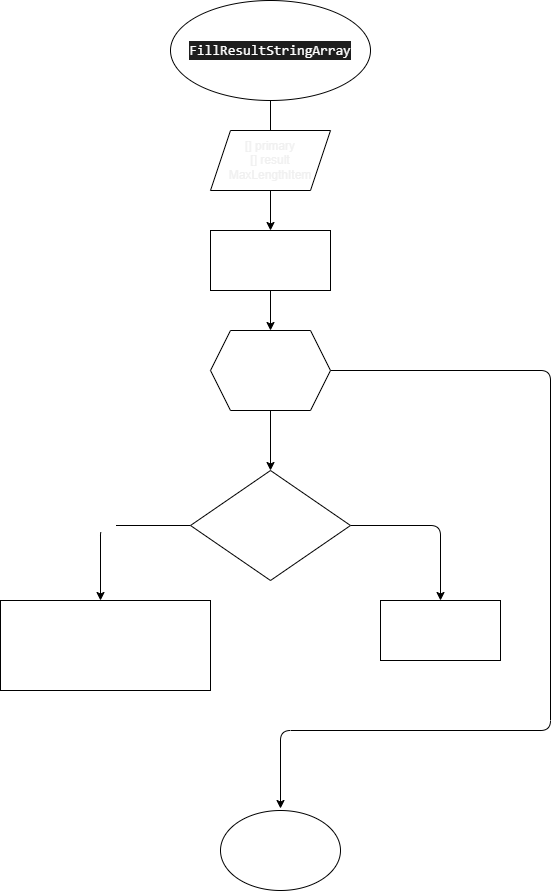
The draw.io diagram diagram.drawio.png in Rodri3834/Final_1quarter, before a commit. Source tidied: cells renumbered, new cells last; positions are measured from the earlier drawing's top-left corner, leaving out a move shared by most shapes. Source of this version:
```xml
<mxGraphModel>
  <root>
    <mxCell id="0" />
    <mxCell id="1" parent="0" />
    <mxCell id="2" style="edgeStyle=none;html=1;fontColor=#FFFFFF;" parent="1" edge="1" source="3">
      <mxGeometry relative="1" as="geometry">
        <mxPoint x="270" y="160" as="targetPoint" />
      </mxGeometry>
    </mxCell>
    <mxCell id="3" value="&lt;div style=&quot;background-color: rgb(30 , 30 , 30) ; font-family: &amp;#34;consolas&amp;#34; , &amp;#34;courier new&amp;#34; , monospace ; font-size: 14px ; line-height: 19px&quot;&gt;&lt;font color=&quot;#ffffff&quot;&gt;FillResultStringArray&lt;/font&gt;&lt;/div&gt;" style="ellipse;whiteSpace=wrap;html=1;" parent="1" vertex="1">
      <mxGeometry x="170" width="200" height="100" as="geometry" />
    </mxCell>
    <mxCell id="4" style="edgeStyle=none;html=1;fontColor=#FFFFFF;" parent="1" edge="1" source="5" target="7">
      <mxGeometry relative="1" as="geometry" />
    </mxCell>
    <mxCell id="5" value="&lt;span style=&quot;color: rgb(240 , 240 , 240)&quot;&gt;[] primary&lt;/span&gt;&lt;br style=&quot;color: rgb(240 , 240 , 240)&quot;&gt;&lt;span style=&quot;color: rgb(240 , 240 , 240)&quot;&gt;[] result&lt;/span&gt;&lt;br style=&quot;color: rgb(240 , 240 , 240)&quot;&gt;&lt;span style=&quot;color: rgb(240 , 240 , 240)&quot;&gt;MaxLengthItem&lt;/span&gt;" style="shape=parallelogram;perimeter=parallelogramPerimeter;whiteSpace=wrap;html=1;fixedSize=1;fontColor=#FFFFFF;" parent="1" vertex="1">
      <mxGeometry x="210" y="130" width="120" height="60" as="geometry" />
    </mxCell>
    <mxCell id="6" style="edgeStyle=none;html=1;fontColor=#FFFFFF;" parent="1" edge="1" source="7">
      <mxGeometry relative="1" as="geometry">
        <mxPoint x="270" y="330" as="targetPoint" />
      </mxGeometry>
    </mxCell>
    <mxCell id="7" value="size = primary.Length&lt;br&gt;countItem = 0" style="whiteSpace=wrap;html=1;fontColor=#FFFFFF;" parent="1" vertex="1">
      <mxGeometry x="210" y="230" width="120" height="60" as="geometry" />
    </mxCell>
    <mxCell id="8" style="edgeStyle=none;html=1;fontColor=#FFFFFF;" parent="1" edge="1" source="10">
      <mxGeometry relative="1" as="geometry">
        <mxPoint x="270" y="470" as="targetPoint" />
      </mxGeometry>
    </mxCell>
    <mxCell id="9" style="edgeStyle=none;html=1;fontColor=#FFFFFF;" parent="1" edge="1" source="10">
      <mxGeometry relative="1" as="geometry">
        <mxPoint x="280" y="808" as="targetPoint" />
        <Array as="points">
          <mxPoint x="550" y="370" />
          <mxPoint x="550" y="730" />
          <mxPoint x="280" y="730" />
        </Array>
      </mxGeometry>
    </mxCell>
    <mxCell id="10" value="i = 0; i &amp;lt;= size; i++" style="shape=hexagon;perimeter=hexagonPerimeter2;whiteSpace=wrap;html=1;fixedSize=1;fontColor=#FFFFFF;" parent="1" vertex="1">
      <mxGeometry x="210" y="330" width="120" height="80" as="geometry" />
    </mxCell>
    <mxCell id="11" value="yes" style="edgeStyle=none;html=1;fontColor=#FFFFFF;exitX=0;exitY=0.5;exitDx=0;exitDy=0;" parent="1" edge="1" source="13">
      <mxGeometry relative="1" as="geometry">
        <mxPoint x="100" y="600" as="targetPoint" />
        <Array as="points">
          <mxPoint x="100" y="525" />
        </Array>
      </mxGeometry>
    </mxCell>
    <mxCell id="12" value="no" style="edgeStyle=none;html=1;fontColor=#FFFFFF;" parent="1" edge="1" source="13">
      <mxGeometry x="-0.39" y="15" relative="1" as="geometry">
        <mxPoint x="440" y="600" as="targetPoint" />
        <Array as="points">
          <mxPoint x="440" y="525" />
        </Array>
      </mxGeometry>
    </mxCell>
    <mxCell id="13" value="primary[i].Length &amp;lt;= maxLengthItem&lt;font color=&quot;#d4d4d4&quot; face=&quot;consolas, courier new, monospace&quot;&gt;&lt;span style=&quot;font-size: 14px ; background-color: rgb(30 , 30 , 30)&quot;&gt;&lt;br&gt;&lt;/span&gt;&lt;/font&gt;" style="rhombus;whiteSpace=wrap;html=1;fontColor=#FFFFFF;" parent="1" vertex="1">
      <mxGeometry x="190" y="470" width="160" height="110" as="geometry" />
    </mxCell>
    <mxCell id="14" value="result[i - countItem] = primary[i]" style="rounded=0;whiteSpace=wrap;html=1;fontColor=#FFFFFF;" parent="1" vertex="1">
      <mxGeometry y="600" width="210" height="90" as="geometry" />
    </mxCell>
    <mxCell id="15" value="countItem++" style="rounded=0;whiteSpace=wrap;html=1;fontColor=#FFFFFF;" parent="1" vertex="1">
      <mxGeometry x="380" y="600" width="120" height="60" as="geometry" />
    </mxCell>
    <mxCell id="16" value="End" style="ellipse;whiteSpace=wrap;html=1;fontColor=#FFFFFF;" parent="1" vertex="1">
      <mxGeometry x="220" y="810" width="120" height="80" as="geometry" />
    </mxCell>
  </root>
</mxGraphModel>
```
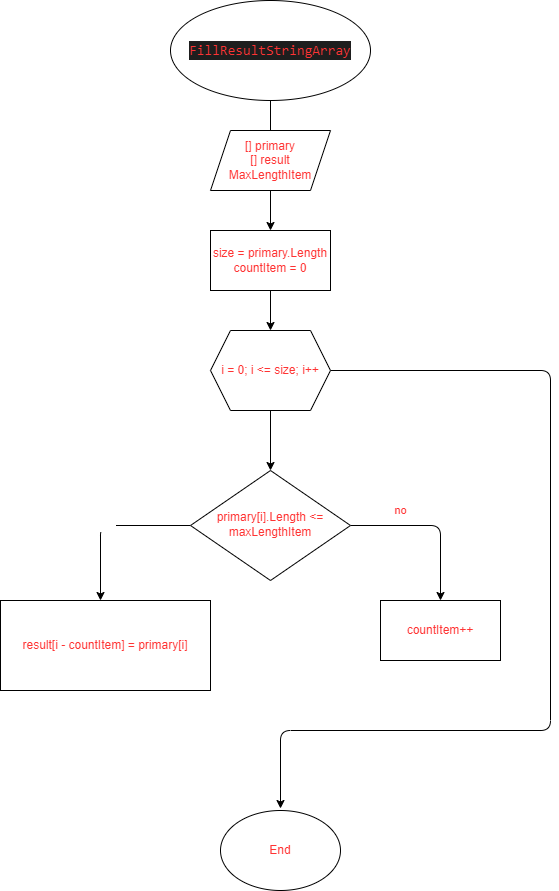
After the change.

Commit message:
Изменил цвет текста в блок схеме еще раз

The edit, as a diff of the source:
```diff
@@ -7,13 +7,13 @@
         <mxPoint x="270" y="160" as="targetPoint" />
       </mxGeometry>
     </mxCell>
-    <mxCell id="3" value="&lt;div style=&quot;background-color: rgb(30 , 30 , 30) ; font-family: &amp;#34;consolas&amp;#34; , &amp;#34;courier new&amp;#34; , monospace ; font-size: 14px ; line-height: 19px&quot;&gt;&lt;font color=&quot;#ffffff&quot;&gt;FillResultStringArray&lt;/font&gt;&lt;/div&gt;" style="ellipse;whiteSpace=wrap;html=1;" parent="1" vertex="1">
+    <mxCell id="3" value="&lt;div style=&quot;background-color: rgb(30 , 30 , 30) ; font-family: &amp;#34;consolas&amp;#34; , &amp;#34;courier new&amp;#34; , monospace ; font-size: 14px ; line-height: 19px&quot;&gt;&lt;font color=&quot;#ff3333&quot;&gt;FillResultStringArray&lt;/font&gt;&lt;/div&gt;" style="ellipse;whiteSpace=wrap;html=1;" parent="1" vertex="1">
       <mxGeometry x="170" width="200" height="100" as="geometry" />
     </mxCell>
     <mxCell id="4" style="edgeStyle=none;html=1;fontColor=#FFFFFF;" parent="1" edge="1" source="5" target="7">
       <mxGeometry relative="1" as="geometry" />
     </mxCell>
-    <mxCell id="5" value="&lt;span style=&quot;color: rgb(240 , 240 , 240)&quot;&gt;[] primary&lt;/span&gt;&lt;br style=&quot;color: rgb(240 , 240 , 240)&quot;&gt;&lt;span style=&quot;color: rgb(240 , 240 , 240)&quot;&gt;[] result&lt;/span&gt;&lt;br style=&quot;color: rgb(240 , 240 , 240)&quot;&gt;&lt;span style=&quot;color: rgb(240 , 240 , 240)&quot;&gt;MaxLengthItem&lt;/span&gt;" style="shape=parallelogram;perimeter=parallelogramPerimeter;whiteSpace=wrap;html=1;fixedSize=1;fontColor=#FFFFFF;" parent="1" vertex="1">
+    <mxCell id="5" value="&lt;font color=&quot;#ff3333&quot;&gt;[] primary&lt;br&gt;[] result&lt;br&gt;MaxLengthItem&lt;/font&gt;" style="shape=parallelogram;perimeter=parallelogramPerimeter;whiteSpace=wrap;html=1;fixedSize=1;fontColor=#FFFFFF;" parent="1" vertex="1">
       <mxGeometry x="210" y="130" width="120" height="60" as="geometry" />
     </mxCell>
     <mxCell id="6" style="edgeStyle=none;html=1;fontColor=#FFFFFF;" parent="1" edge="1" source="7">
@@ -21,7 +21,7 @@
         <mxPoint x="270" y="330" as="targetPoint" />
       </mxGeometry>
     </mxCell>
-    <mxCell id="7" value="size = primary.Length&lt;br&gt;countItem = 0" style="whiteSpace=wrap;html=1;fontColor=#FFFFFF;" parent="1" vertex="1">
+    <mxCell id="7" value="&lt;font color=&quot;#ff3333&quot;&gt;size = primary.Length&lt;br&gt;countItem = 0&lt;/font&gt;" style="whiteSpace=wrap;html=1;fontColor=#FFFFFF;" parent="1" vertex="1">
       <mxGeometry x="210" y="230" width="120" height="60" as="geometry" />
     </mxCell>
     <mxCell id="8" style="edgeStyle=none;html=1;fontColor=#FFFFFF;" parent="1" edge="1" source="10">
@@ -39,7 +39,7 @@
         </Array>
       </mxGeometry>
     </mxCell>
-    <mxCell id="10" value="i = 0; i &amp;lt;= size; i++" style="shape=hexagon;perimeter=hexagonPerimeter2;whiteSpace=wrap;html=1;fixedSize=1;fontColor=#FFFFFF;" parent="1" vertex="1">
+    <mxCell id="10" value="&lt;font color=&quot;#ff3333&quot;&gt;i = 0; i &amp;lt;= size; i++&lt;/font&gt;" style="shape=hexagon;perimeter=hexagonPerimeter2;whiteSpace=wrap;html=1;fixedSize=1;fontColor=#FFFFFF;" parent="1" vertex="1">
       <mxGeometry x="210" y="330" width="120" height="80" as="geometry" />
     </mxCell>
     <mxCell id="11" value="yes" style="edgeStyle=none;html=1;fontColor=#FFFFFF;exitX=0;exitY=0.5;exitDx=0;exitDy=0;" parent="1" edge="1" source="13">
@@ -50,7 +50,7 @@
         </Array>
       </mxGeometry>
     </mxCell>
-    <mxCell id="12" value="no" style="edgeStyle=none;html=1;fontColor=#FFFFFF;" parent="1" edge="1" source="13">
+    <mxCell id="12" value="no" style="edgeStyle=none;html=1;fontColor=#FF3333;strokeColor=default;" parent="1" edge="1" source="13">
       <mxGeometry x="-0.39" y="15" relative="1" as="geometry">
         <mxPoint x="440" y="600" as="targetPoint" />
         <Array as="points">
@@ -58,16 +58,16 @@
         </Array>
       </mxGeometry>
     </mxCell>
-    <mxCell id="13" value="primary[i].Length &amp;lt;= maxLengthItem&lt;font color=&quot;#d4d4d4&quot; face=&quot;consolas, courier new, monospace&quot;&gt;&lt;span style=&quot;font-size: 14px ; background-color: rgb(30 , 30 , 30)&quot;&gt;&lt;br&gt;&lt;/span&gt;&lt;/font&gt;" style="rhombus;whiteSpace=wrap;html=1;fontColor=#FFFFFF;" parent="1" vertex="1">
+    <mxCell id="13" value="&lt;font color=&quot;#ff3333&quot;&gt;primary[i].Length &amp;lt;= maxLengthItem&lt;/font&gt;&lt;font color=&quot;#d4d4d4&quot; face=&quot;consolas, courier new, monospace&quot;&gt;&lt;span style=&quot;font-size: 14px ; background-color: rgb(30 , 30 , 30)&quot;&gt;&lt;br&gt;&lt;/span&gt;&lt;/font&gt;" style="rhombus;whiteSpace=wrap;html=1;fontColor=#FFFFFF;" parent="1" vertex="1">
       <mxGeometry x="190" y="470" width="160" height="110" as="geometry" />
     </mxCell>
-    <mxCell id="14" value="result[i - countItem] = primary[i]" style="rounded=0;whiteSpace=wrap;html=1;fontColor=#FFFFFF;" parent="1" vertex="1">
+    <mxCell id="14" value="&lt;font color=&quot;#ff3333&quot;&gt;result[i - countItem] = primary[i]&lt;/font&gt;" style="rounded=0;whiteSpace=wrap;html=1;fontColor=#FFFFFF;" parent="1" vertex="1">
       <mxGeometry y="600" width="210" height="90" as="geometry" />
     </mxCell>
-    <mxCell id="15" value="countItem++" style="rounded=0;whiteSpace=wrap;html=1;fontColor=#FFFFFF;" parent="1" vertex="1">
+    <mxCell id="15" value="&lt;font color=&quot;#ff3333&quot;&gt;countItem++&lt;/font&gt;" style="rounded=0;whiteSpace=wrap;html=1;fontColor=#FFFFFF;" parent="1" vertex="1">
       <mxGeometry x="380" y="600" width="120" height="60" as="geometry" />
     </mxCell>
-    <mxCell id="16" value="End" style="ellipse;whiteSpace=wrap;html=1;fontColor=#FFFFFF;" parent="1" vertex="1">
+    <mxCell id="16" value="&lt;font color=&quot;#ff3333&quot;&gt;End&lt;/font&gt;" style="ellipse;whiteSpace=wrap;html=1;fontColor=#FFFFFF;" parent="1" vertex="1">
       <mxGeometry x="220" y="810" width="120" height="80" as="geometry" />
     </mxCell>
   </root>
```
